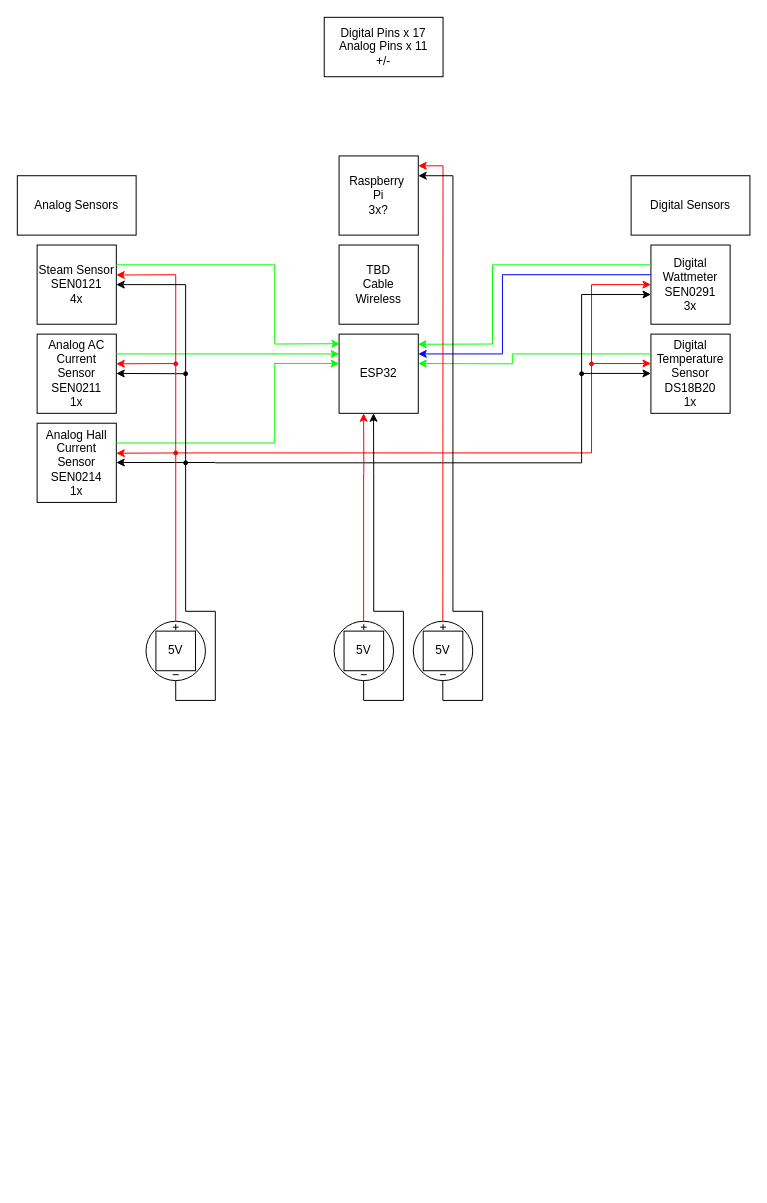
Earlier version of the draw.io diagram diagrams/block_diagram_low_level.drawio (martintara/kaffeknekt). Source tidied: cells renumbered, new cells numbered last; positions are measured from the earlier drawing's top-left corner, leaving out a move shared by most shapes. Both pictures are drawn from the tidied source at 99%, with x=0, y=0 at pixel (17, 17).
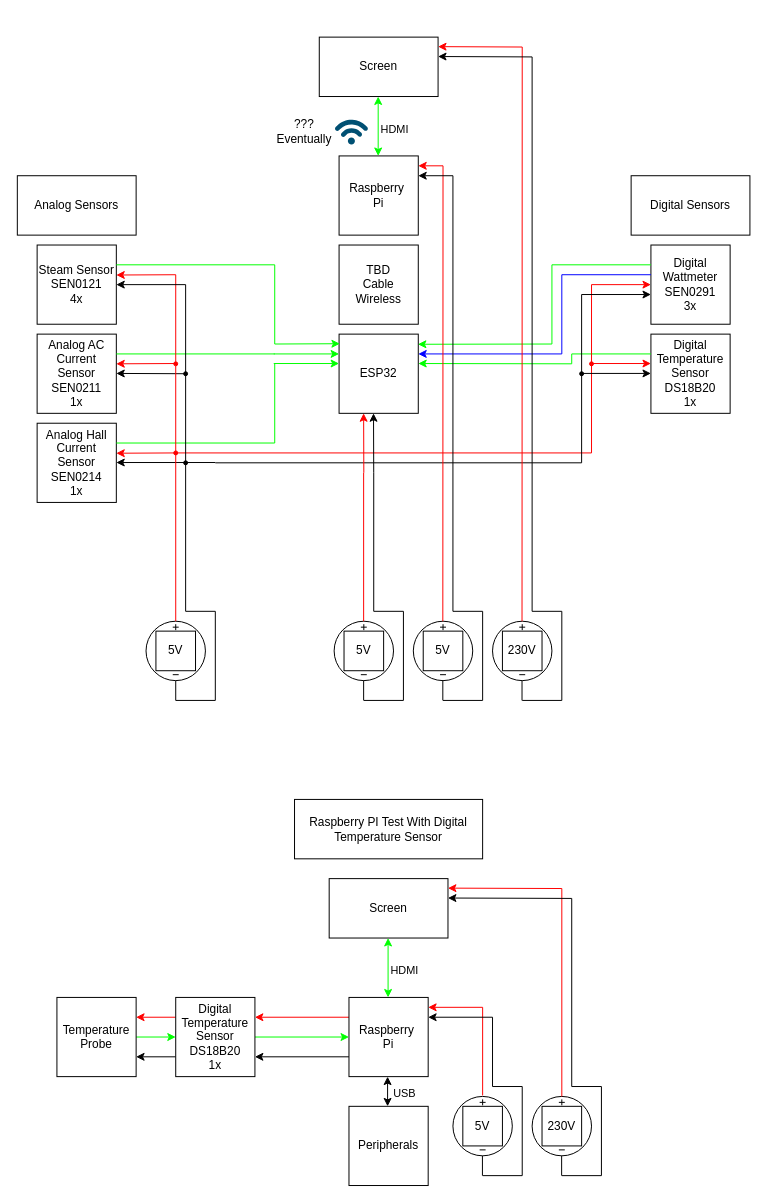
The same page after the edit.

Unchanged cells that the change refers to:
```xml
<mxCell id="9" value="ESP32" style="whiteSpace=wrap;html=1;" parent="1" vertex="1">
  <mxGeometry x="325" y="320" width="80" height="80" as="geometry" />
</mxCell>
```

Change to the diagram source:
```diff
@@
-    <mxCell id="10" value="Digital Pins x 17&lt;div&gt;Analog Pins x 11&lt;/div&gt;&lt;div&gt;+/-&lt;/div&gt;" style="rounded=0;whiteSpace=wrap;html=1;" parent="1" vertex="1">
-      <mxGeometry x="310" width="120" height="60" as="geometry" />
-    </mxCell>
@@
     <mxCell id="19" style="endArrow=classic;html=1;rounded=0;entryX=0.996;entryY=0.128;entryDx=0;entryDy=0;entryPerimeter=0;strokeColor=light-dark(#00FF00,#FFFFFF);" parent="1" edge="1" target="9">
       <mxGeometry relative="1" as="geometry">
-        <mxPoint x="480" y="330" as="sourcePoint" />
+        <mxPoint x="540" y="330" as="sourcePoint" />
       </mxGeometry>
     </mxCell>
-    <mxCell id="20" style="endArrow=none;html=1;rounded=0;exitX=1;exitY=0.5;exitDx=0;exitDy=0;strokeColor=light-dark(#00FF00,#FFFFFF);" parent="1" edge="1">
+    <mxCell id="20" style="endArrow=none;html=1;rounded=0;strokeColor=light-dark(#00FF00,#FFFFFF);" parent="1" edge="1">
       <mxGeometry relative="1" as="geometry">
-        <mxPoint x="480" y="250" as="sourcePoint" />
+        <mxPoint x="540" y="250" as="sourcePoint" />
         <mxPoint x="640" y="250" as="targetPoint" />
       </mxGeometry>
     </mxCell>
     <mxCell id="21" style="endArrow=none;html=1;rounded=0;strokeColor=light-dark(#00FF00,#FFFFFF);" parent="1" edge="1">
       <mxGeometry relative="1" as="geometry">
-        <mxPoint x="480" y="250" as="sourcePoint" />
-        <mxPoint x="480" y="330" as="targetPoint" />
+        <mxPoint x="540" y="250" as="sourcePoint" />
+        <mxPoint x="540" y="330" as="targetPoint" />
       </mxGeometry>
     </mxCell>
     <mxCell id="22" style="endArrow=classic;html=1;rounded=0;entryX=0.996;entryY=0.128;entryDx=0;entryDy=0;entryPerimeter=0;strokeColor=light-dark(#00FF00,#FFFFFF);" parent="1" edge="1">
       <mxGeometry relative="1" as="geometry">
-        <mxPoint x="500" y="350" as="sourcePoint" />
+        <mxPoint x="560" y="350" as="sourcePoint" />
         <mxPoint x="405" y="349.7" as="targetPoint" />
       </mxGeometry>
     </mxCell>
     <mxCell id="23" style="endArrow=none;html=1;rounded=0;strokeColor=light-dark(#00FF00,#FFFFFF);" parent="1" edge="1">
       <mxGeometry relative="1" as="geometry">
-        <mxPoint x="500" y="340" as="sourcePoint" />
+        <mxPoint x="560" y="340" as="sourcePoint" />
         <mxPoint x="640" y="340" as="targetPoint" />
       </mxGeometry>
     </mxCell>
     <mxCell id="24" style="endArrow=classic;html=1;rounded=0;entryX=0.996;entryY=0.128;entryDx=0;entryDy=0;entryPerimeter=0;strokeColor=light-dark(#0000FF,#FFFFFF);" parent="1" edge="1">
       <mxGeometry relative="1" as="geometry">
-        <mxPoint x="490" y="340" as="sourcePoint" />
+        <mxPoint x="550" y="340" as="sourcePoint" />
         <mxPoint x="405" y="340" as="targetPoint" />
       </mxGeometry>
     </mxCell>
     <mxCell id="25" style="endArrow=none;html=1;rounded=0;strokeColor=light-dark(#0000FF,#FFFFFF);" parent="1" edge="1">
       <mxGeometry relative="1" as="geometry">
-        <mxPoint x="490" y="260" as="sourcePoint" />
+        <mxPoint x="550" y="260" as="sourcePoint" />
         <mxPoint x="640" y="260" as="targetPoint" />
       </mxGeometry>
     </mxCell>
     <mxCell id="26" style="endArrow=none;html=1;rounded=0;strokeColor=light-dark(#0000FF,#FFFFFF);" parent="1" edge="1">
       <mxGeometry relative="1" as="geometry">
-        <mxPoint x="490" y="260" as="sourcePoint" />
-        <mxPoint x="490" y="340" as="targetPoint" />
+        <mxPoint x="550" y="260" as="sourcePoint" />
+        <mxPoint x="550" y="340" as="targetPoint" />
       </mxGeometry>
     </mxCell>
     <mxCell id="27" style="endArrow=none;html=1;rounded=0;strokeColor=light-dark(#00FF00,#FFFFFF);" parent="1" edge="1">
       <mxGeometry relative="1" as="geometry">
-        <mxPoint x="500" y="340" as="sourcePoint" />
-        <mxPoint x="500" y="350" as="targetPoint" />
+        <mxPoint x="560" y="340" as="sourcePoint" />
+        <mxPoint x="560" y="350" as="targetPoint" />
       </mxGeometry>
     </mxCell>
-    <mxCell id="28" value="Raspberry&amp;nbsp;&lt;div&gt;Pi&lt;/div&gt;&lt;div&gt;3x?&lt;/div&gt;" style="whiteSpace=wrap;html=1;" parent="1" vertex="1">
+    <mxCell id="28" value="Raspberry&amp;nbsp;&lt;div&gt;Pi&lt;/div&gt;" style="whiteSpace=wrap;html=1;" parent="1" vertex="1">
       <mxGeometry x="325" y="140" width="80" height="80" as="geometry" />
     </mxCell>
@@
+    <mxCell id="79" value="Screen" style="rounded=0;whiteSpace=wrap;html=1;" parent="1" vertex="1">
+      <mxGeometry x="305" y="20" width="120" height="60" as="geometry" />
+    </mxCell>
+    <mxCell id="80" style="endArrow=classic;startArrow=classic;html=1;rounded=0;strokeColor=light-dark(#00FF00,#FFFFFF);" parent="1" edge="1">
+      <mxGeometry relative="1" as="geometry">
+        <mxPoint x="364.5" y="140" as="sourcePoint" />
+        <mxPoint x="364.5" y="80" as="targetPoint" />
+      </mxGeometry>
+    </mxCell>
+    <mxCell id="81" value="HDMI" style="edgeLabel;html=1;align=center;verticalAlign=middle;" parent="80" vertex="1">
+      <mxGeometry x="-0.07" y="1" relative="1" as="geometry">
+        <mxPoint x="17" as="offset" />
+      </mxGeometry>
+    </mxCell>
+    <mxCell id="82" style="verticalLabelPosition=bottom;shadow=0;dashed=0;align=center;html=1;verticalAlign=top;shape=mxgraph.electrical.signal_sources.source;elSignalType=dc3;" parent="1" vertex="1">
+      <mxGeometry x="480" y="610" width="60" height="60" as="geometry" />
+    </mxCell>
+    <mxCell id="83" style="endArrow=none;html=1;rounded=0;strokeColor=light-dark(#FF0000,#FFFFFF);" parent="1" edge="1">
+      <mxGeometry relative="1" as="geometry">
+        <mxPoint x="509.8" y="610" as="sourcePoint" />
+        <mxPoint x="510" y="30" as="targetPoint" />
+      </mxGeometry>
+    </mxCell>
+    <mxCell id="84" style="endArrow=none;html=1;rounded=0;" parent="1" edge="1">
+      <mxGeometry relative="1" as="geometry">
+        <mxPoint x="550" y="690" as="sourcePoint" />
+        <mxPoint x="510" y="690" as="targetPoint" />
+      </mxGeometry>
+    </mxCell>
+    <mxCell id="85" style="endArrow=none;html=1;rounded=0;" parent="1" edge="1">
+      <mxGeometry relative="1" as="geometry">
+        <mxPoint x="509.8" y="690" as="sourcePoint" />
+        <mxPoint x="509.8" y="670" as="targetPoint" />
+      </mxGeometry>
+    </mxCell>
+    <mxCell id="86" style="endArrow=none;html=1;rounded=0;" parent="1" edge="1">
+      <mxGeometry relative="1" as="geometry">
+        <mxPoint x="550" y="690" as="sourcePoint" />
+        <mxPoint x="550" y="600" as="targetPoint" />
+      </mxGeometry>
+    </mxCell>
+    <mxCell id="87" style="endArrow=none;html=1;rounded=0;" parent="1" edge="1">
+      <mxGeometry relative="1" as="geometry">
+        <mxPoint x="520" y="600" as="sourcePoint" />
+        <mxPoint x="550" y="600" as="targetPoint" />
+      </mxGeometry>
+    </mxCell>
+    <mxCell id="88" style="endArrow=none;html=1;rounded=0;" parent="1" edge="1">
+      <mxGeometry relative="1" as="geometry">
+        <mxPoint x="520" y="600" as="sourcePoint" />
+        <mxPoint x="520" y="40" as="targetPoint" />
+      </mxGeometry>
+    </mxCell>
+    <mxCell id="89" value="230V" style="rounded=0;whiteSpace=wrap;html=1;" parent="1" vertex="1">
+      <mxGeometry x="490" y="620" width="40" height="40" as="geometry" />
+    </mxCell>
+    <mxCell id="90" style="endArrow=classic;html=1;rounded=0;" parent="1" edge="1">
+      <mxGeometry relative="1" as="geometry">
+        <mxPoint x="520" y="40" as="sourcePoint" />
+        <mxPoint x="425" y="39.6" as="targetPoint" />
+      </mxGeometry>
+    </mxCell>
+    <mxCell id="91" style="endArrow=classic;html=1;rounded=0;strokeColor=light-dark(#FF0000,#FFFFFF);" parent="1" edge="1">
+      <mxGeometry relative="1" as="geometry">
+        <mxPoint x="510" y="30" as="sourcePoint" />
+        <mxPoint x="425" y="29.6" as="targetPoint" />
+      </mxGeometry>
+    </mxCell>
+    <mxCell id="92" style="verticalLabelPosition=bottom;sketch=0;html=1;verticalAlign=top;align=center;shape=mxgraph.cisco19.3g_4g_indicator;fillColor=#005073;strokeColor=none;rotation=-45;" parent="1" vertex="1">
+      <mxGeometry x="325" y="100" width="25" height="25" as="geometry" />
+    </mxCell>
+    <mxCell id="93" style="edgeStyle=orthogonalEdgeStyle;rounded=0;jettySize=auto;html=1;exitX=1;exitY=0.5;exitDx=0;exitDy=0;entryX=0;entryY=0.5;entryDx=0;entryDy=0;strokeColor=light-dark(#00FF00,#FFFFFF);" parent="1" edge="1" source="96" target="99">
+      <mxGeometry relative="1" as="geometry" />
+    </mxCell>
+    <mxCell id="94" style="edgeStyle=orthogonalEdgeStyle;rounded=0;jettySize=auto;html=1;exitX=0;exitY=0.25;exitDx=0;exitDy=0;entryX=1;entryY=0.25;entryDx=0;entryDy=0;strokeColor=light-dark(#FF0000,#FFFFFF);" parent="1" edge="1" source="96" target="129">
+      <mxGeometry relative="1" as="geometry" />
+    </mxCell>
+    <mxCell id="95" style="edgeStyle=orthogonalEdgeStyle;rounded=0;jettySize=auto;html=1;exitX=0;exitY=0.75;exitDx=0;exitDy=0;entryX=1;entryY=0.75;entryDx=0;entryDy=0;" parent="1" edge="1" source="96" target="129">
+      <mxGeometry relative="1" as="geometry" />
+    </mxCell>
+    <mxCell id="96" value="Digital Temperature Sensor&lt;div&gt;DS18B20&lt;br&gt;&lt;div&gt;1x&lt;/div&gt;&lt;/div&gt;" style="whiteSpace=wrap;html=1;" parent="1" vertex="1">
+      <mxGeometry x="160" y="990" width="80" height="80" as="geometry" />
+    </mxCell>
+    <mxCell id="97" style="edgeStyle=orthogonalEdgeStyle;rounded=0;jettySize=auto;html=1;exitX=0;exitY=0.25;exitDx=0;exitDy=0;entryX=1;entryY=0.25;entryDx=0;entryDy=0;strokeColor=light-dark(#FF0000,#FFFFFF);" parent="1" edge="1" source="99" target="96">
+      <mxGeometry relative="1" as="geometry" />
+    </mxCell>
+    <mxCell id="98" style="edgeStyle=orthogonalEdgeStyle;rounded=0;jettySize=auto;html=1;exitX=0;exitY=0.75;exitDx=0;exitDy=0;entryX=1;entryY=0.75;entryDx=0;entryDy=0;" parent="1" edge="1" source="99" target="96">
+      <mxGeometry relative="1" as="geometry" />
+    </mxCell>
+    <mxCell id="99" value="Raspberry&amp;nbsp;&lt;div&gt;Pi&lt;/div&gt;" style="whiteSpace=wrap;html=1;" parent="1" vertex="1">
+      <mxGeometry x="335" y="990" width="80" height="80" as="geometry" />
+    </mxCell>
+    <mxCell id="100" style="verticalLabelPosition=bottom;shadow=0;dashed=0;align=center;html=1;verticalAlign=top;shape=mxgraph.electrical.signal_sources.source;elSignalType=dc3;" parent="1" vertex="1">
+      <mxGeometry x="440" y="1090" width="60" height="60" as="geometry" />
+    </mxCell>
+    <mxCell id="101" style="endArrow=none;html=1;rounded=0;strokeColor=light-dark(#FF0000,#FFFFFF);" parent="1" edge="1">
+      <mxGeometry relative="1" as="geometry">
+        <mxPoint x="470" y="1089" as="sourcePoint" />
+        <mxPoint x="470" y="1000" as="targetPoint" />
+      </mxGeometry>
+    </mxCell>
+    <mxCell id="102" style="endArrow=none;html=1;rounded=0;" parent="1" edge="1">
+      <mxGeometry relative="1" as="geometry">
+        <mxPoint x="510" y="1170" as="sourcePoint" />
+        <mxPoint x="470" y="1170" as="targetPoint" />
+      </mxGeometry>
+    </mxCell>
+    <mxCell id="103" style="endArrow=none;html=1;rounded=0;" parent="1" edge="1">
+      <mxGeometry relative="1" as="geometry">
+        <mxPoint x="469.8" y="1170" as="sourcePoint" />
+        <mxPoint x="469.8" y="1150" as="targetPoint" />
+      </mxGeometry>
+    </mxCell>
+    <mxCell id="104" style="endArrow=none;html=1;rounded=0;" parent="1" edge="1">
+      <mxGeometry relative="1" as="geometry">
+        <mxPoint x="510" y="1170" as="sourcePoint" />
+        <mxPoint x="510" y="1080" as="targetPoint" />
+      </mxGeometry>
+    </mxCell>
+    <mxCell id="105" style="endArrow=none;html=1;rounded=0;" parent="1" edge="1">
+      <mxGeometry relative="1" as="geometry">
+        <mxPoint x="480" y="1080" as="sourcePoint" />
+        <mxPoint x="510" y="1080" as="targetPoint" />
+      </mxGeometry>
+    </mxCell>
+    <mxCell id="106" style="endArrow=none;html=1;rounded=0;" parent="1" edge="1">
+      <mxGeometry relative="1" as="geometry">
+        <mxPoint x="480" y="1080" as="sourcePoint" />
+        <mxPoint x="480" y="1010" as="targetPoint" />
+      </mxGeometry>
+    </mxCell>
+    <mxCell id="107" style="endArrow=classic;html=1;rounded=0;" parent="1" edge="1">
+      <mxGeometry relative="1" as="geometry">
+        <mxPoint x="480" y="1010" as="sourcePoint" />
+        <mxPoint x="415" y="1010" as="targetPoint" />
+      </mxGeometry>
+    </mxCell>
+    <mxCell id="108" style="endArrow=classic;html=1;rounded=0;strokeColor=light-dark(#FF0000,#FFFFFF);" parent="1" edge="1">
+      <mxGeometry relative="1" as="geometry">
+        <mxPoint x="470" y="1000" as="sourcePoint" />
+        <mxPoint x="415" y="1000" as="targetPoint" />
+      </mxGeometry>
+    </mxCell>
+    <mxCell id="109" value="5V" style="rounded=0;whiteSpace=wrap;html=1;" parent="1" vertex="1">
+      <mxGeometry x="450" y="1100" width="40" height="40" as="geometry" />
+    </mxCell>
+    <mxCell id="110" value="Screen" style="rounded=0;whiteSpace=wrap;html=1;" parent="1" vertex="1">
+      <mxGeometry x="315" y="870" width="120" height="60" as="geometry" />
+    </mxCell>
+    <mxCell id="111" style="endArrow=classic;startArrow=classic;html=1;rounded=0;strokeColor=light-dark(#00FF00,#FFFFFF);" parent="1" edge="1">
+      <mxGeometry relative="1" as="geometry">
+        <mxPoint x="374.5" y="990" as="sourcePoint" />
+        <mxPoint x="374.5" y="930" as="targetPoint" />
+      </mxGeometry>
+    </mxCell>
+    <mxCell id="112" value="HDMI" style="edgeLabel;html=1;align=center;verticalAlign=middle;" parent="111" vertex="1">
+      <mxGeometry x="-0.07" y="1" relative="1" as="geometry">
+        <mxPoint x="17" as="offset" />
+      </mxGeometry>
+    </mxCell>
+    <mxCell id="113" style="verticalLabelPosition=bottom;shadow=0;dashed=0;align=center;html=1;verticalAlign=top;shape=mxgraph.electrical.signal_sources.source;elSignalType=dc3;" parent="1" vertex="1">
+      <mxGeometry x="520" y="1090" width="60" height="60" as="geometry" />
+    </mxCell>
+    <mxCell id="114" style="endArrow=none;html=1;rounded=0;strokeColor=light-dark(#FF0000,#FFFFFF);" parent="1" edge="1">
+      <mxGeometry relative="1" as="geometry">
+        <mxPoint x="550" y="1090" as="sourcePoint" />
+        <mxPoint x="550" y="880" as="targetPoint" />
+      </mxGeometry>
+    </mxCell>
+    <mxCell id="115" style="endArrow=none;html=1;rounded=0;" parent="1" edge="1">
+      <mxGeometry relative="1" as="geometry">
+        <mxPoint x="590" y="1170" as="sourcePoint" />
+        <mxPoint x="550" y="1170" as="targetPoint" />
+      </mxGeometry>
+    </mxCell>
+    <mxCell id="116" style="endArrow=none;html=1;rounded=0;" parent="1" edge="1">
+      <mxGeometry relative="1" as="geometry">
+        <mxPoint x="549.8" y="1170" as="sourcePoint" />
+        <mxPoint x="549.8" y="1150" as="targetPoint" />
+      </mxGeometry>
+    </mxCell>
+    <mxCell id="117" style="endArrow=none;html=1;rounded=0;" parent="1" edge="1">
+      <mxGeometry relative="1" as="geometry">
+        <mxPoint x="590" y="1170" as="sourcePoint" />
+        <mxPoint x="590" y="1080" as="targetPoint" />
+      </mxGeometry>
+    </mxCell>
+    <mxCell id="118" style="endArrow=none;html=1;rounded=0;" parent="1" edge="1">
+      <mxGeometry relative="1" as="geometry">
+        <mxPoint x="560" y="1080" as="sourcePoint" />
+        <mxPoint x="590" y="1080" as="targetPoint" />
+      </mxGeometry>
+    </mxCell>
+    <mxCell id="119" style="endArrow=none;html=1;rounded=0;" parent="1" edge="1">
+      <mxGeometry relative="1" as="geometry">
+        <mxPoint x="560" y="1080" as="sourcePoint" />
+        <mxPoint x="560" y="890" as="targetPoint" />
+      </mxGeometry>
+    </mxCell>
+    <mxCell id="120" value="230V" style="rounded=0;whiteSpace=wrap;html=1;" parent="1" vertex="1">
+      <mxGeometry x="530" y="1100" width="40" height="40" as="geometry" />
+    </mxCell>
+    <mxCell id="121" style="endArrow=classic;html=1;rounded=0;" parent="1" edge="1">
+      <mxGeometry relative="1" as="geometry">
+        <mxPoint x="560" y="890" as="sourcePoint" />
+        <mxPoint x="435" y="889.6" as="targetPoint" />
+      </mxGeometry>
+    </mxCell>
+    <mxCell id="122" style="endArrow=classic;html=1;rounded=0;strokeColor=light-dark(#FF0000,#FFFFFF);" parent="1" edge="1">
+      <mxGeometry relative="1" as="geometry">
+        <mxPoint x="550" y="880" as="sourcePoint" />
+        <mxPoint x="435" y="879.6" as="targetPoint" />
+      </mxGeometry>
+    </mxCell>
+    <mxCell id="123" value="Raspberry PI Test With Digital Temperature Sensor" style="rounded=0;whiteSpace=wrap;html=1;" parent="1" vertex="1">
+      <mxGeometry x="280" y="790" width="190" height="60" as="geometry" />
+    </mxCell>
+    <mxCell id="124" value="Peripherals" style="whiteSpace=wrap;html=1;" parent="1" vertex="1">
+      <mxGeometry x="335" y="1100" width="80" height="80" as="geometry" />
+    </mxCell>
+    <mxCell id="125" style="endArrow=classic;startArrow=classic;html=1;rounded=0;" parent="1" edge="1">
+      <mxGeometry relative="1" as="geometry">
+        <mxPoint x="374" y="1100" as="sourcePoint" />
+        <mxPoint x="374" y="1070" as="targetPoint" />
+      </mxGeometry>
+    </mxCell>
+    <mxCell id="126" value="USB" style="edgeLabel;html=1;align=center;verticalAlign=middle;" parent="125" vertex="1">
+      <mxGeometry x="-0.1" relative="1" as="geometry">
+        <mxPoint x="16" as="offset" />
+      </mxGeometry>
+    </mxCell>
+    <mxCell id="127" value="???&lt;div&gt;Eventually&lt;/div&gt;" style="text;html=1;align=center;verticalAlign=middle;whiteSpace=wrap;rounded=0;" parent="1" vertex="1">
+      <mxGeometry x="260" y="100" width="60" height="30" as="geometry" />
+    </mxCell>
+    <mxCell id="128" style="edgeStyle=orthogonalEdgeStyle;rounded=0;jettySize=auto;html=1;exitX=1;exitY=0.5;exitDx=0;exitDy=0;strokeColor=light-dark(#00FF00,#FFFFFF);" parent="1" edge="1" source="129" target="96">
+      <mxGeometry relative="1" as="geometry" />
+    </mxCell>
+    <mxCell id="129" value="Temperature Probe" style="whiteSpace=wrap;html=1;" parent="1" vertex="1">
+      <mxGeometry x="40" y="990" width="80" height="80" as="geometry" />
+    </mxCell>
```
